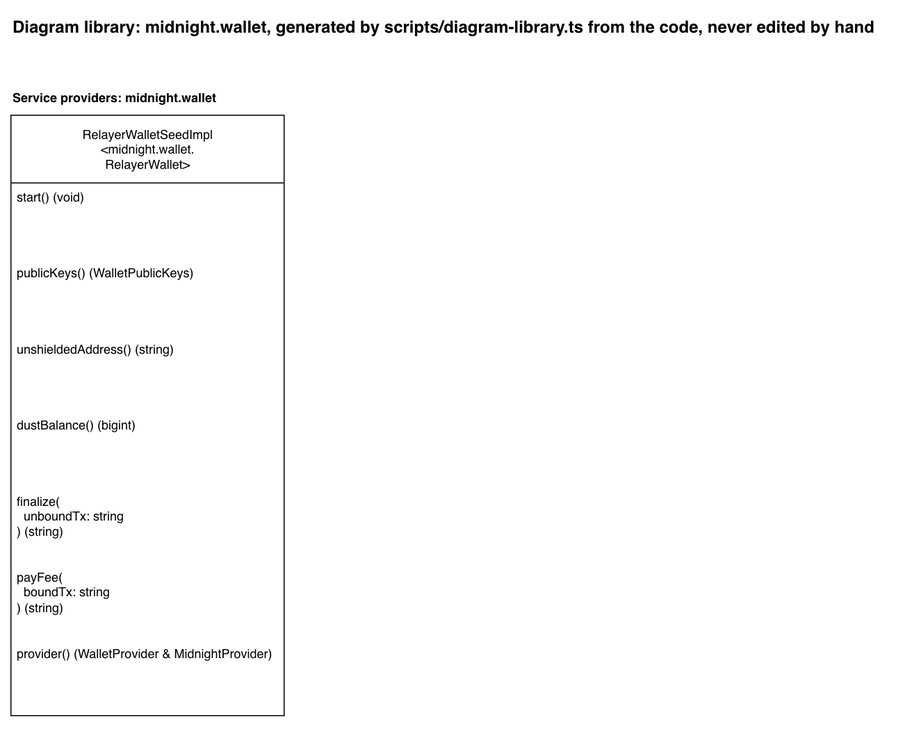
sig-net/full-stack-demo keeps this draw.io diagram as docs/diagram-library/midnight/wallet/diagram-library.drawio.png. Above is the earlier version. Source tidied: cells renumbered, new cells last; positions are measured from the earlier drawing's top-left corner, leaving out a move shared by most shapes.
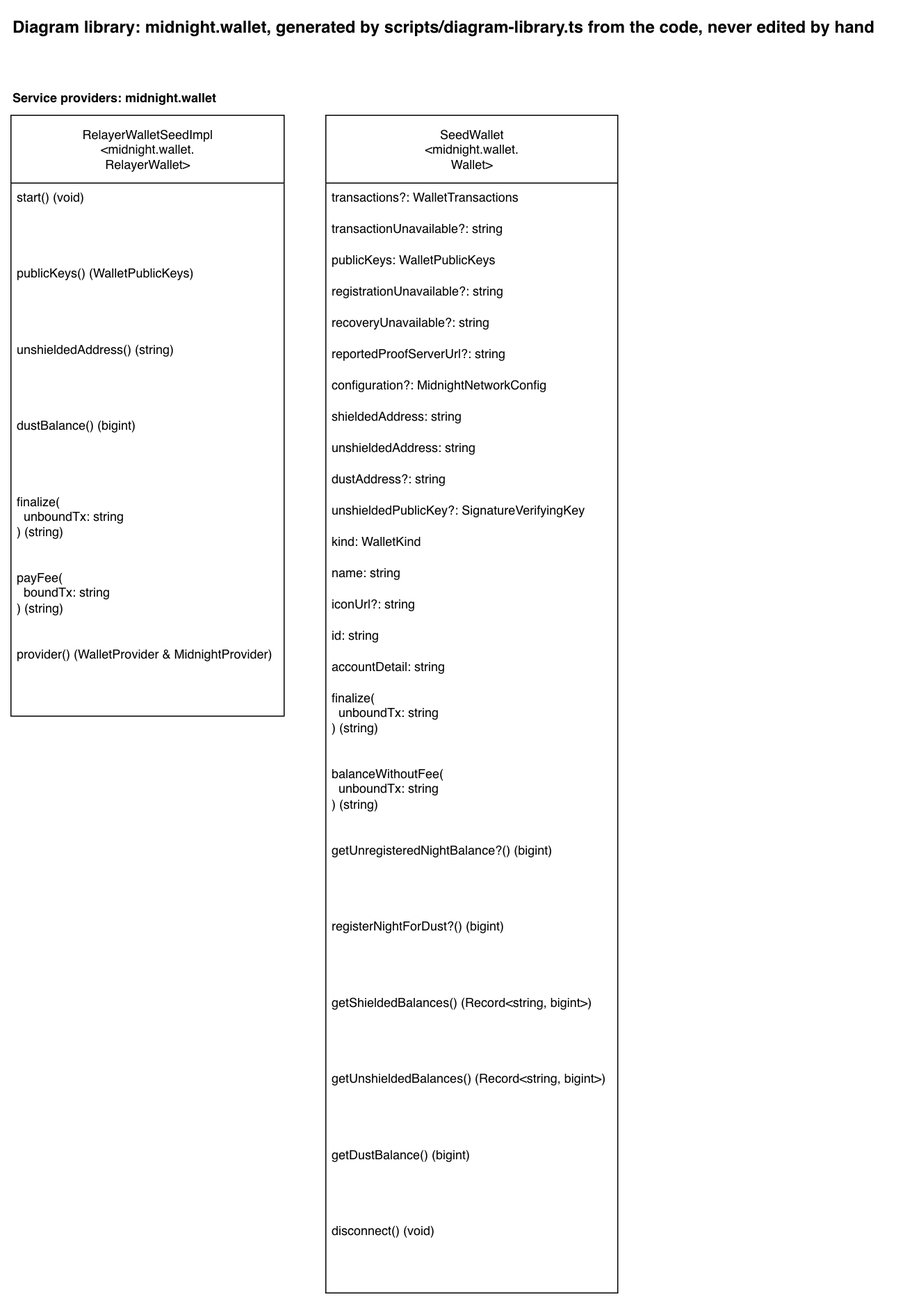
Later version of the same file.

What changed in the source:
```diff
@@ -32,5 +32,80 @@
     <mxCell id="11" value="provider() (WalletProvider &amp;amp; MidnightProvider)" style="text;strokeColor=none;fillColor=none;align=left;verticalAlign=top;spacingLeft=4;spacingRight=4;overflow=hidden;whiteSpace=wrap;html=1;" parent="4" vertex="1">
       <mxGeometry y="503" width="262" height="73" as="geometry" />
     </mxCell>
+    <mxCell id="12" value="SeedWallet&lt;br&gt;&amp;lt;midnight.wallet.&lt;br&gt;Wallet&amp;gt;" style="swimlane;fontStyle=0;horizontal=1;startSize=65;fillColor=default;html=1;fillStyle=solid;" parent="1" vertex="1">
+      <mxGeometry x="302" y="100" width="280" height="1129" as="geometry" />
+    </mxCell>
+    <mxCell id="13" value="transactions?: WalletTransactions" style="text;strokeColor=none;fillColor=none;align=left;verticalAlign=top;spacingLeft=4;spacingRight=4;overflow=hidden;whiteSpace=wrap;html=1;" parent="12" vertex="1">
+      <mxGeometry y="65" width="280" height="30" as="geometry" />
+    </mxCell>
+    <mxCell id="14" value="transactionUnavailable?: string" style="text;strokeColor=none;fillColor=none;align=left;verticalAlign=top;spacingLeft=4;spacingRight=4;overflow=hidden;whiteSpace=wrap;html=1;" parent="12" vertex="1">
+      <mxGeometry y="95" width="280" height="30" as="geometry" />
+    </mxCell>
+    <mxCell id="15" value="publicKeys: WalletPublicKeys" style="text;strokeColor=none;fillColor=none;align=left;verticalAlign=top;spacingLeft=4;spacingRight=4;overflow=hidden;whiteSpace=wrap;html=1;" parent="12" vertex="1">
+      <mxGeometry y="125" width="280" height="30" as="geometry" />
+    </mxCell>
+    <mxCell id="16" value="registrationUnavailable?: string" style="text;strokeColor=none;fillColor=none;align=left;verticalAlign=top;spacingLeft=4;spacingRight=4;overflow=hidden;whiteSpace=wrap;html=1;" parent="12" vertex="1">
+      <mxGeometry y="155" width="280" height="30" as="geometry" />
+    </mxCell>
+    <mxCell id="17" value="recoveryUnavailable?: string" style="text;strokeColor=none;fillColor=none;align=left;verticalAlign=top;spacingLeft=4;spacingRight=4;overflow=hidden;whiteSpace=wrap;html=1;" parent="12" vertex="1">
+      <mxGeometry y="185" width="280" height="30" as="geometry" />
+    </mxCell>
+    <mxCell id="18" value="reportedProofServerUrl?: string" style="text;strokeColor=none;fillColor=none;align=left;verticalAlign=top;spacingLeft=4;spacingRight=4;overflow=hidden;whiteSpace=wrap;html=1;" parent="12" vertex="1">
+      <mxGeometry y="215" width="280" height="30" as="geometry" />
+    </mxCell>
+    <mxCell id="19" value="configuration?: MidnightNetworkConfig" style="text;strokeColor=none;fillColor=none;align=left;verticalAlign=top;spacingLeft=4;spacingRight=4;overflow=hidden;whiteSpace=wrap;html=1;" parent="12" vertex="1">
+      <mxGeometry y="245" width="280" height="30" as="geometry" />
+    </mxCell>
+    <mxCell id="20" value="shieldedAddress: string" style="text;strokeColor=none;fillColor=none;align=left;verticalAlign=top;spacingLeft=4;spacingRight=4;overflow=hidden;whiteSpace=wrap;html=1;" parent="12" vertex="1">
+      <mxGeometry y="275" width="280" height="30" as="geometry" />
+    </mxCell>
+    <mxCell id="21" value="unshieldedAddress: string" style="text;strokeColor=none;fillColor=none;align=left;verticalAlign=top;spacingLeft=4;spacingRight=4;overflow=hidden;whiteSpace=wrap;html=1;" parent="12" vertex="1">
+      <mxGeometry y="305" width="280" height="30" as="geometry" />
+    </mxCell>
+    <mxCell id="22" value="dustAddress?: string" style="text;strokeColor=none;fillColor=none;align=left;verticalAlign=top;spacingLeft=4;spacingRight=4;overflow=hidden;whiteSpace=wrap;html=1;" parent="12" vertex="1">
+      <mxGeometry y="335" width="280" height="30" as="geometry" />
+    </mxCell>
+    <mxCell id="23" value="unshieldedPublicKey?: SignatureVerifyingKey" style="text;strokeColor=none;fillColor=none;align=left;verticalAlign=top;spacingLeft=4;spacingRight=4;overflow=hidden;whiteSpace=wrap;html=1;" parent="12" vertex="1">
+      <mxGeometry y="365" width="280" height="30" as="geometry" />
+    </mxCell>
+    <mxCell id="24" value="kind: WalletKind" style="text;strokeColor=none;fillColor=none;align=left;verticalAlign=top;spacingLeft=4;spacingRight=4;overflow=hidden;whiteSpace=wrap;html=1;" parent="12" vertex="1">
+      <mxGeometry y="395" width="280" height="30" as="geometry" />
+    </mxCell>
+    <mxCell id="25" value="name: string" style="text;strokeColor=none;fillColor=none;align=left;verticalAlign=top;spacingLeft=4;spacingRight=4;overflow=hidden;whiteSpace=wrap;html=1;" parent="12" vertex="1">
+      <mxGeometry y="425" width="280" height="30" as="geometry" />
+    </mxCell>
+    <mxCell id="26" value="iconUrl?: string" style="text;strokeColor=none;fillColor=none;align=left;verticalAlign=top;spacingLeft=4;spacingRight=4;overflow=hidden;whiteSpace=wrap;html=1;" parent="12" vertex="1">
+      <mxGeometry y="455" width="280" height="30" as="geometry" />
+    </mxCell>
+    <mxCell id="27" value="id: string" style="text;strokeColor=none;fillColor=none;align=left;verticalAlign=top;spacingLeft=4;spacingRight=4;overflow=hidden;whiteSpace=wrap;html=1;" parent="12" vertex="1">
+      <mxGeometry y="485" width="280" height="30" as="geometry" />
+    </mxCell>
+    <mxCell id="28" value="accountDetail: string" style="text;strokeColor=none;fillColor=none;align=left;verticalAlign=top;spacingLeft=4;spacingRight=4;overflow=hidden;whiteSpace=wrap;html=1;" parent="12" vertex="1">
+      <mxGeometry y="515" width="280" height="30" as="geometry" />
+    </mxCell>
+    <mxCell id="29" value="finalize(&lt;br&gt;&amp;nbsp; unboundTx: string&lt;br&gt;) (string)" style="text;strokeColor=none;fillColor=none;align=left;verticalAlign=top;spacingLeft=4;spacingRight=4;overflow=hidden;whiteSpace=wrap;html=1;" parent="12" vertex="1">
+      <mxGeometry y="545" width="280" height="73" as="geometry" />
+    </mxCell>
+    <mxCell id="30" value="balanceWithoutFee(&lt;br&gt;&amp;nbsp; unboundTx: string&lt;br&gt;) (string)" style="text;strokeColor=none;fillColor=none;align=left;verticalAlign=top;spacingLeft=4;spacingRight=4;overflow=hidden;whiteSpace=wrap;html=1;" parent="12" vertex="1">
+      <mxGeometry y="618" width="280" height="73" as="geometry" />
+    </mxCell>
+    <mxCell id="31" value="getUnregisteredNightBalance?() (bigint)" style="text;strokeColor=none;fillColor=none;align=left;verticalAlign=top;spacingLeft=4;spacingRight=4;overflow=hidden;whiteSpace=wrap;html=1;" parent="12" vertex="1">
+      <mxGeometry y="691" width="280" height="73" as="geometry" />
+    </mxCell>
+    <mxCell id="32" value="registerNightForDust?() (bigint)" style="text;strokeColor=none;fillColor=none;align=left;verticalAlign=top;spacingLeft=4;spacingRight=4;overflow=hidden;whiteSpace=wrap;html=1;" parent="12" vertex="1">
+      <mxGeometry y="764" width="280" height="73" as="geometry" />
+    </mxCell>
+    <mxCell id="33" value="getShieldedBalances() (Record&amp;lt;string, bigint&amp;gt;)" style="text;strokeColor=none;fillColor=none;align=left;verticalAlign=top;spacingLeft=4;spacingRight=4;overflow=hidden;whiteSpace=wrap;html=1;" parent="12" vertex="1">
+      <mxGeometry y="837" width="280" height="73" as="geometry" />
+    </mxCell>
+    <mxCell id="34" value="getUnshieldedBalances() (Record&amp;lt;string, bigint&amp;gt;)" style="text;strokeColor=none;fillColor=none;align=left;verticalAlign=top;spacingLeft=4;spacingRight=4;overflow=hidden;whiteSpace=wrap;html=1;" parent="12" vertex="1">
+      <mxGeometry y="910" width="280" height="73" as="geometry" />
+    </mxCell>
+    <mxCell id="35" value="getDustBalance() (bigint)" style="text;strokeColor=none;fillColor=none;align=left;verticalAlign=top;spacingLeft=4;spacingRight=4;overflow=hidden;whiteSpace=wrap;html=1;" parent="12" vertex="1">
+      <mxGeometry y="983" width="280" height="73" as="geometry" />
+    </mxCell>
+    <mxCell id="36" value="disconnect() (void)" style="text;strokeColor=none;fillColor=none;align=left;verticalAlign=top;spacingLeft=4;spacingRight=4;overflow=hidden;whiteSpace=wrap;html=1;" parent="12" vertex="1">
+      <mxGeometry y="1056" width="280" height="73" as="geometry" />
+    </mxCell>
   </root>
 </mxGraphModel>
```
